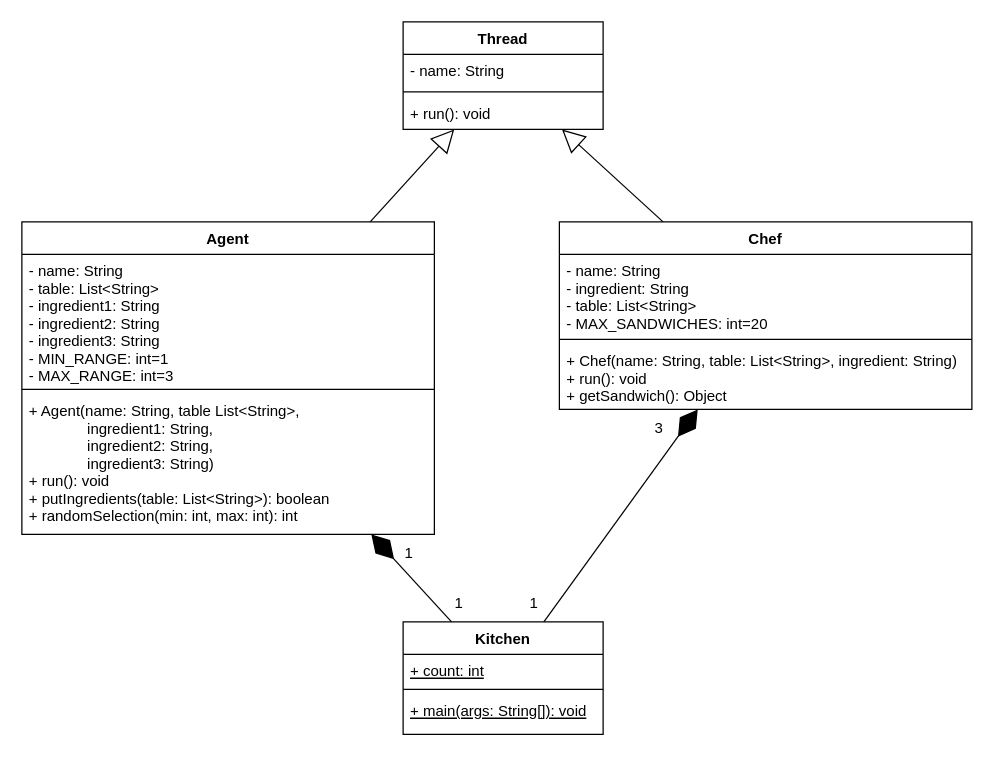
This is page "class" (1 of 2) of UML.drawio from trong0dn/sandwich-problem, a draw.io file, before an edit. Source tidied: cells renumbered, new cells numbered last; positions are measured from the earlier drawing's top-left corner, leaving out a move shared by most shapes. Both pictures are drawn from the tidied source at 125%, with x=0, y=0 at pixel (21, 21).
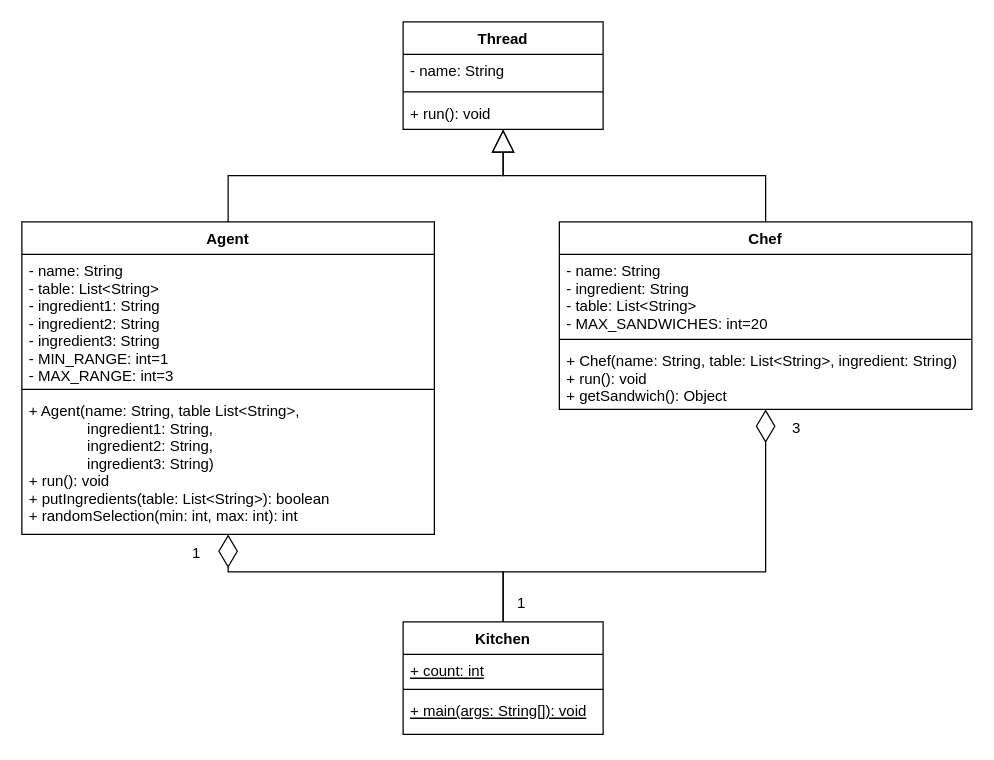
The same diagram, later.

The change refers to these unchanged cells:
```xml
<mxCell id="2" value="Agent" style="swimlane;fontStyle=1;align=center;verticalAlign=top;horizontal=1;startSize=26;" parent="1" vertex="1">
  <mxGeometry y="160" width="330" height="250" as="geometry" />
</mxCell>
<mxCell id="6" value="Kitchen" style="swimlane;fontStyle=1;align=center;verticalAlign=top;horizontal=1;startSize=26;" parent="1" vertex="1">
  <mxGeometry x="305" y="480" width="160" height="90" as="geometry" />
</mxCell>
<mxCell id="10" value="Chef" style="swimlane;fontStyle=1;align=center;verticalAlign=top;horizontal=1;startSize=26;" parent="1" vertex="1">
  <mxGeometry x="430" y="160" width="330" height="150" as="geometry" />
</mxCell>
<mxCell id="14" value="Thread" style="swimlane;fontStyle=1;align=center;verticalAlign=top;horizontal=1;startSize=26;" parent="1" vertex="1">
  <mxGeometry x="305" width="160" height="86" as="geometry" />
</mxCell>
```

Change to the diagram source:
```diff
@@
-    <mxCell id="18" style="endArrow=block;endSize=16;endFill=0;html=1;rounded=0;" parent="1" edge="1" source="2" target="14">
+    <mxCell id="18" style="endArrow=block;endSize=16;endFill=0;html=1;rounded=0;edgeStyle=orthogonalEdgeStyle;" parent="1" edge="1" source="2" target="14">
       <mxGeometry relative="1" as="geometry" />
     </mxCell>
-    <mxCell id="19" style="endArrow=block;endSize=16;endFill=0;html=1;rounded=0;" parent="1" edge="1" source="10" target="14">
+    <mxCell id="19" style="endArrow=block;endSize=16;endFill=0;html=1;rounded=0;edgeStyle=orthogonalEdgeStyle;" parent="1" edge="1" source="10" target="14">
       <mxGeometry relative="1" as="geometry" />
     </mxCell>
+    <mxCell id="22" value="1" style="text;html=1;strokeColor=none;fillColor=none;align=center;verticalAlign=middle;whiteSpace=wrap;rounded=0;" parent="1" vertex="1">
+      <mxGeometry x="120" y="410" width="40" height="30" as="geometry" />
+    </mxCell>
+    <mxCell id="24" value="1" style="text;html=1;strokeColor=none;fillColor=none;align=center;verticalAlign=middle;whiteSpace=wrap;rounded=0;" parent="1" vertex="1">
+      <mxGeometry x="380" y="450" width="40" height="30" as="geometry" />
+    </mxCell>
+    <mxCell id="25" value="3" style="text;html=1;strokeColor=none;fillColor=none;align=center;verticalAlign=middle;whiteSpace=wrap;rounded=0;" parent="1" vertex="1">
+      <mxGeometry x="600" y="310" width="40" height="30" as="geometry" />
+    </mxCell>
-    <mxCell id="20" style="endArrow=diamondThin;endFill=1;endSize=24;html=1;rounded=0;" parent="1" edge="1" source="6" target="10">
-      <mxGeometry relative="1" as="geometry" />
+    <mxCell id="20" style="endArrow=diamondThin;endFill=0;endSize=24;html=1;rounded=0;edgeStyle=orthogonalEdgeStyle;" parent="1" edge="1" source="6" target="10">
+      <mxGeometry relative="1" as="geometry">
+        <Array as="points">
+          <mxPoint x="385" y="440" />
+          <mxPoint x="595" y="440" />
+        </Array>
+      </mxGeometry>
     </mxCell>
-    <mxCell id="21" style="endArrow=diamondThin;endFill=1;endSize=24;html=1;rounded=0;" parent="1" edge="1" source="6" target="2">
-      <mxGeometry relative="1" as="geometry" />
+    <mxCell id="21" style="endArrow=diamondThin;endFill=0;endSize=24;html=1;rounded=0;edgeStyle=orthogonalEdgeStyle;" parent="1" edge="1" source="6" target="2">
+      <mxGeometry relative="1" as="geometry">
+        <Array as="points">
+          <mxPoint x="385" y="440" />
+          <mxPoint x="165" y="440" />
+        </Array>
+      </mxGeometry>
     </mxCell>
-    <mxCell id="22" value="1" style="text;html=1;strokeColor=none;fillColor=none;align=center;verticalAlign=middle;whiteSpace=wrap;rounded=0;" parent="1" vertex="1">
-      <mxGeometry x="290" y="410" width="40" height="30" as="geometry" />
-    </mxCell>
-    <mxCell id="23" value="1" style="text;html=1;strokeColor=none;fillColor=none;align=center;verticalAlign=middle;whiteSpace=wrap;rounded=0;" parent="1" vertex="1">
-      <mxGeometry x="330" y="450" width="40" height="30" as="geometry" />
-    </mxCell>
-    <mxCell id="24" value="1" style="text;html=1;strokeColor=none;fillColor=none;align=center;verticalAlign=middle;whiteSpace=wrap;rounded=0;" parent="1" vertex="1">
-      <mxGeometry x="390" y="450" width="40" height="30" as="geometry" />
-    </mxCell>
-    <mxCell id="25" value="3" style="text;html=1;strokeColor=none;fillColor=none;align=center;verticalAlign=middle;whiteSpace=wrap;rounded=0;" parent="1" vertex="1">
-      <mxGeometry x="490" y="310" width="40" height="30" as="geometry" />
-    </mxCell>
```
